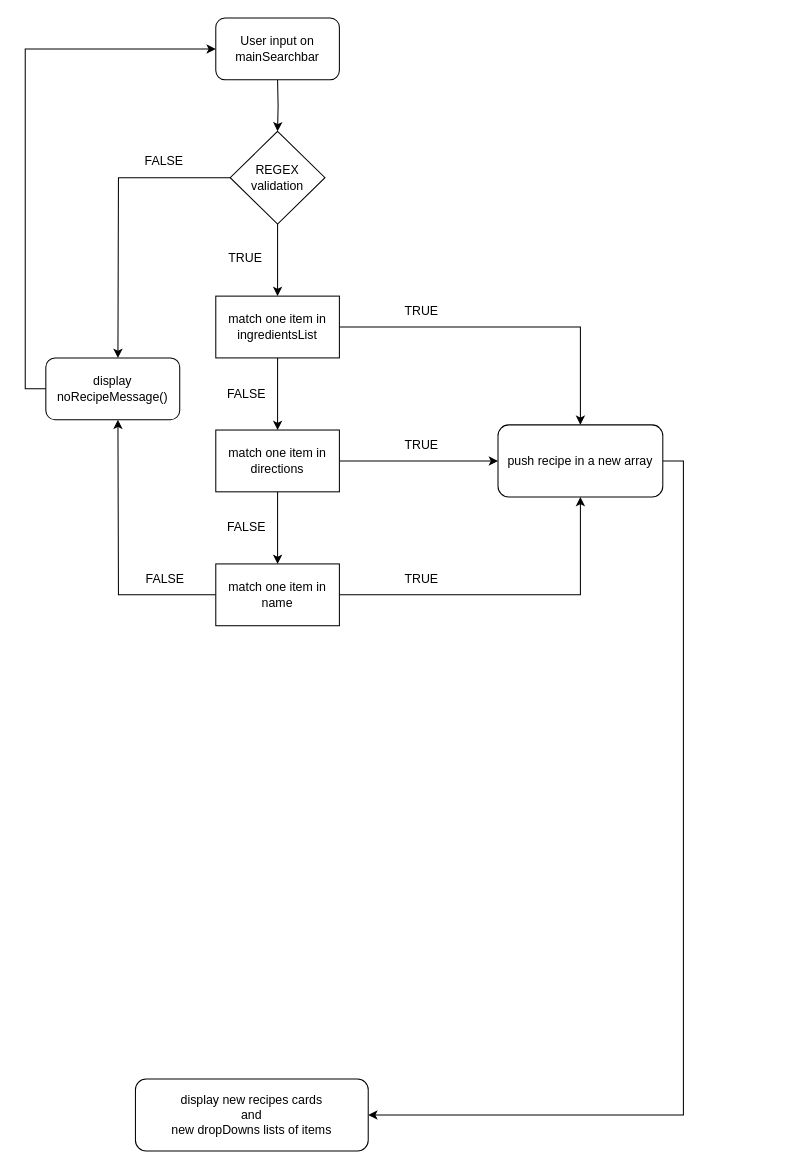
Above: Fiche d'investigation fonctionnalité - recherche principale V2.drawio in loumorganrene/LesPetitsPlats (draw.io), before the change. Source tidied: cells renumbered, new cells numbered last; positions are measured from the earlier drawing's top-left corner, leaving out a move shared by most shapes. Both pictures are drawn from the tidied source at 103%, with x=0, y=0 at pixel (45, 18).
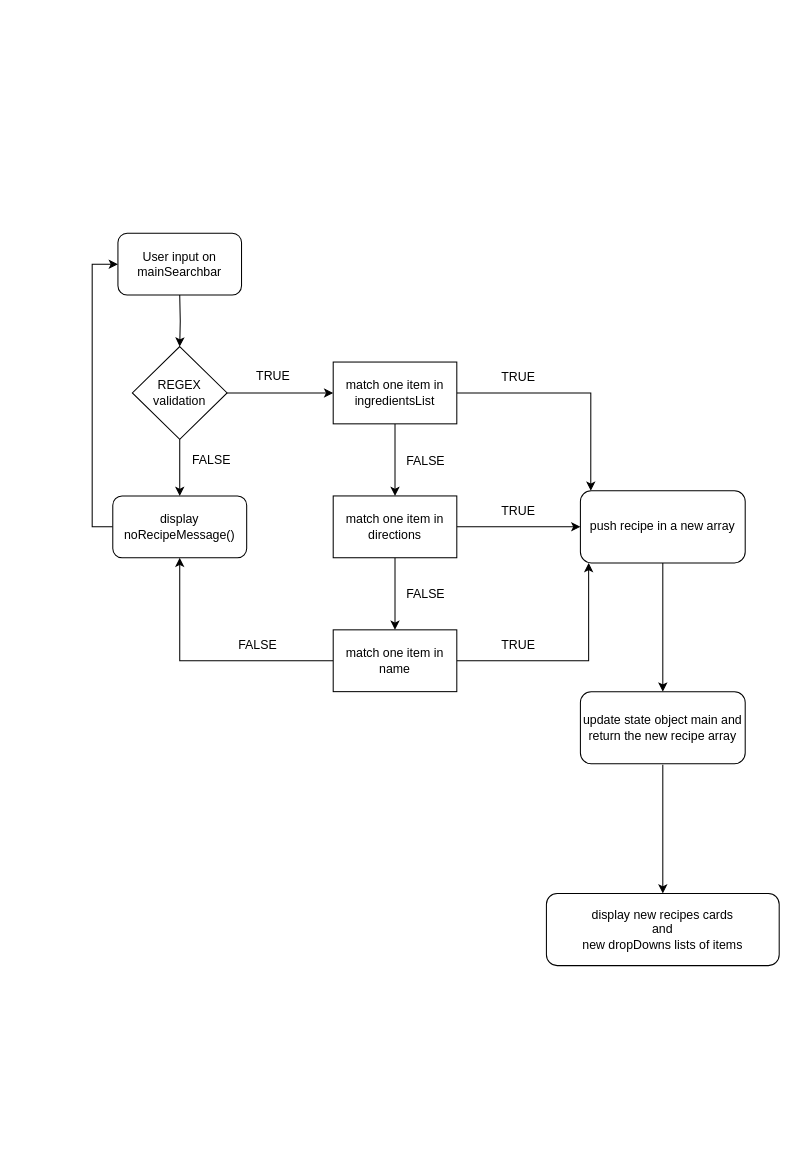
The same diagram, later.

Commit message:
Mettre à jour Fiche d'investigation fonctionnalité - recherche principale V2.drawio

Change to the diagram source:
```diff
@@
     <mxCell id="2" style="edgeStyle=orthogonalEdgeStyle;rounded=0;jettySize=auto;html=1;" parent="1" edge="1" target="6">
       <mxGeometry relative="1" as="geometry">
-        <mxPoint x="225" y="60" as="sourcePoint" />
+        <mxPoint x="130" y="269" as="sourcePoint" />
       </mxGeometry>
     </mxCell>
     <mxCell id="3" value="User input on mainSearchbar" style="rounded=1;whiteSpace=wrap;html=1;" parent="1" vertex="1">
-      <mxGeometry x="165" width="120" height="60" as="geometry" />
+      <mxGeometry x="70" y="209" width="120" height="60" as="geometry" />
     </mxCell>
@@
-    <mxCell id="5" style="edgeStyle=orthogonalEdgeStyle;rounded=0;jettySize=auto;html=1;entryX=0.5;entryY=0;entryDx=0;entryDy=0;" parent="1" edge="1" source="6">
-      <mxGeometry relative="1" as="geometry">
-        <mxPoint x="70" y="330" as="targetPoint" />
-      </mxGeometry>
+    <mxCell id="5" style="edgeStyle=orthogonalEdgeStyle;rounded=0;jettySize=auto;html=1;entryX=0.5;entryY=0;entryDx=0;entryDy=0;" parent="1" edge="1" source="6" target="19">
+      <mxGeometry relative="1" as="geometry" />
     </mxCell>
     <mxCell id="6" value="&lt;div&gt;REGEX &lt;br&gt;&lt;/div&gt;&lt;div&gt;validation&lt;/div&gt;" style="rhombus;whiteSpace=wrap;html=1;" parent="1" vertex="1">
-      <mxGeometry x="179" y="110" width="92" height="90" as="geometry" />
+      <mxGeometry x="84" y="319" width="92" height="90" as="geometry" />
     </mxCell>
@@
-    <mxCell id="8" style="edgeStyle=orthogonalEdgeStyle;rounded=0;jettySize=auto;html=1;entryX=0.5;entryY=0;entryDx=0;entryDy=0;" parent="1" edge="1" source="9" target="24">
+    <mxCell id="8" style="edgeStyle=orthogonalEdgeStyle;rounded=0;jettySize=auto;html=1;entryX=0.063;entryY=0;entryDx=0;entryDy=0;entryPerimeter=0;" parent="1" edge="1" source="9" target="24">
       <mxGeometry relative="1" as="geometry" />
     </mxCell>
     <mxCell id="9" value="match one item in ingredientsList" style="rounded=0;whiteSpace=wrap;html=1;" parent="1" vertex="1">
-      <mxGeometry x="165" y="270" width="120" height="60" as="geometry" />
+      <mxGeometry x="279" y="334" width="120" height="60" as="geometry" />
     </mxCell>
@@
     <mxCell id="12" value="match one item in directions" style="rounded=0;whiteSpace=wrap;html=1;" parent="1" vertex="1">
-      <mxGeometry x="165" y="400" width="120" height="60" as="geometry" />
+      <mxGeometry x="279" y="464" width="120" height="60" as="geometry" />
     </mxCell>
     <mxCell id="13" value="FALSE" style="text;html=1;strokeColor=none;fillColor=none;align=center;verticalAlign=middle;whiteSpace=wrap;rounded=0;" parent="1" vertex="1">
-      <mxGeometry x="165" y="350" width="60" height="30" as="geometry" />
+      <mxGeometry x="339" y="415" width="60" height="30" as="geometry" />
     </mxCell>
-    <mxCell id="14" style="edgeStyle=orthogonalEdgeStyle;rounded=0;jettySize=auto;html=1;entryX=0.5;entryY=1;entryDx=0;entryDy=0;" parent="1" edge="1" source="16">
-      <mxGeometry relative="1" as="geometry">
-        <mxPoint x="70" y="390" as="targetPoint" />
-      </mxGeometry>
+    <mxCell id="14" style="edgeStyle=orthogonalEdgeStyle;rounded=0;jettySize=auto;html=1;entryX=0.5;entryY=1;entryDx=0;entryDy=0;" parent="1" edge="1" source="16" target="19">
+      <mxGeometry relative="1" as="geometry" />
     </mxCell>
-    <mxCell id="15" style="edgeStyle=orthogonalEdgeStyle;rounded=0;jettySize=auto;html=1;exitX=1;exitY=0.5;exitDx=0;exitDy=0;entryX=0.5;entryY=1;entryDx=0;entryDy=0;" parent="1" edge="1" source="16" target="24">
+    <mxCell id="15" style="edgeStyle=orthogonalEdgeStyle;rounded=0;jettySize=auto;html=1;exitX=1;exitY=0.5;exitDx=0;exitDy=0;entryX=0.05;entryY=1;entryDx=0;entryDy=0;entryPerimeter=0;" parent="1" edge="1" source="16" target="24">
       <mxGeometry relative="1" as="geometry" />
     </mxCell>
     <mxCell id="16" value="match one item in name" style="rounded=0;whiteSpace=wrap;html=1;" parent="1" vertex="1">
-      <mxGeometry x="165" y="530" width="120" height="60" as="geometry" />
+      <mxGeometry x="279" y="594" width="120" height="60" as="geometry" />
     </mxCell>
     <mxCell id="17" value="FALSE" style="text;html=1;strokeColor=none;fillColor=none;align=center;verticalAlign=middle;whiteSpace=wrap;rounded=0;" parent="1" vertex="1">
-      <mxGeometry x="165" y="480" width="60" height="30" as="geometry" />
+      <mxGeometry x="339" y="545" width="60" height="30" as="geometry" />
     </mxCell>
@@
     <mxCell id="19" value="display noRecipeMessage()" style="rounded=1;whiteSpace=wrap;html=1;" parent="1" vertex="1">
-      <mxGeometry y="330" width="130" height="60" as="geometry" />
+      <mxGeometry x="65" y="464" width="130" height="60" as="geometry" />
     </mxCell>
     <mxCell id="20" value="FALSE" style="text;html=1;strokeColor=none;fillColor=none;align=center;verticalAlign=middle;whiteSpace=wrap;rounded=0;" parent="1" vertex="1">
-      <mxGeometry x="86" y="530" width="60" height="30" as="geometry" />
+      <mxGeometry x="176" y="594" width="60" height="30" as="geometry" />
     </mxCell>
     <mxCell id="21" value="FALSE" style="text;html=1;strokeColor=none;fillColor=none;align=center;verticalAlign=middle;whiteSpace=wrap;rounded=0;" parent="1" vertex="1">
-      <mxGeometry x="85" y="124" width="60" height="30" as="geometry" />
+      <mxGeometry x="131" y="414" width="60" height="30" as="geometry" />
     </mxCell>
     <mxCell id="22" value="TRUE" style="text;html=1;strokeColor=none;fillColor=none;align=center;verticalAlign=middle;whiteSpace=wrap;rounded=0;" parent="1" vertex="1">
-      <mxGeometry x="335" y="270" width="60" height="30" as="geometry" />
+      <mxGeometry x="429" y="334" width="60" height="30" as="geometry" />
     </mxCell>
-    <mxCell id="23" style="edgeStyle=orthogonalEdgeStyle;rounded=0;jettySize=auto;html=1;exitX=1;exitY=0.5;exitDx=0;exitDy=0;entryX=1;entryY=0.5;entryDx=0;entryDy=0;" parent="1" edge="1" source="24" target="28">
-      <mxGeometry relative="1" as="geometry" />
-    </mxCell>
+    <mxCell id="29" style="edgeStyle=orthogonalEdgeStyle;rounded=0;jettySize=auto;html=1;exitX=0.5;exitY=1;exitDx=0;exitDy=0;entryX=0.5;entryY=0;entryDx=0;entryDy=0;" parent="1" edge="1" source="24" target="30">
+      <mxGeometry relative="1" as="geometry" />
+    </mxCell>
     <mxCell id="24" value="push recipe in a new array" style="rounded=1;whiteSpace=wrap;html=1;" parent="1" vertex="1">
-      <mxGeometry x="439" y="395" width="160" height="70" as="geometry" />
+      <mxGeometry x="519" y="459" width="160" height="70" as="geometry" />
     </mxCell>
     <mxCell id="25" value="TRUE" style="text;html=1;strokeColor=none;fillColor=none;align=center;verticalAlign=middle;whiteSpace=wrap;rounded=0;" parent="1" vertex="1">
-      <mxGeometry x="164" y="218" width="60" height="30" as="geometry" />
+      <mxGeometry x="191" y="333" width="60" height="30" as="geometry" />
     </mxCell>
     <mxCell id="26" value="TRUE" style="text;html=1;strokeColor=none;fillColor=none;align=center;verticalAlign=middle;whiteSpace=wrap;rounded=0;" parent="1" vertex="1">
-      <mxGeometry x="335" y="400" width="60" height="30" as="geometry" />
+      <mxGeometry x="429" y="464" width="60" height="30" as="geometry" />
     </mxCell>
     <mxCell id="27" value="TRUE" style="text;html=1;strokeColor=none;fillColor=none;align=center;verticalAlign=middle;whiteSpace=wrap;rounded=0;" parent="1" vertex="1">
-      <mxGeometry x="335" y="530" width="60" height="30" as="geometry" />
+      <mxGeometry x="429" y="594" width="60" height="30" as="geometry" />
     </mxCell>
+    <mxCell id="30" value="&lt;div&gt;update state object main and &lt;br&gt;&lt;/div&gt;&lt;div&gt;return the new recipe array &lt;br&gt;&lt;/div&gt;" style="rounded=1;whiteSpace=wrap;html=1;" parent="1" vertex="1">
+      <mxGeometry x="519" y="654" width="160" height="70" as="geometry" />
+    </mxCell>
     <mxCell id="28" value="&lt;div&gt;display new recipes cards&lt;/div&gt;&lt;div&gt;and&lt;/div&gt;&lt;div&gt;new dropDowns lists of items&lt;br&gt;&lt;/div&gt;" style="rounded=1;whiteSpace=wrap;html=1;" parent="1" vertex="1">
-      <mxGeometry x="87" y="1030" width="226" height="70" as="geometry" />
+      <mxGeometry x="486" y="850" width="226" height="70" as="geometry" />
     </mxCell>
+    <mxCell id="31" style="edgeStyle=orthogonalEdgeStyle;rounded=0;orthogonalLoop=1;jettySize=auto;html=1;exitX=0.5;exitY=1;exitDx=0;exitDy=0;entryX=0.5;entryY=0;entryDx=0;entryDy=0;" parent="1" edge="1">
+      <mxGeometry relative="1" as="geometry">
+        <mxPoint x="599" y="725" as="sourcePoint" />
+        <mxPoint x="599" y="850" as="targetPoint" />
+      </mxGeometry>
+    </mxCell>
```
